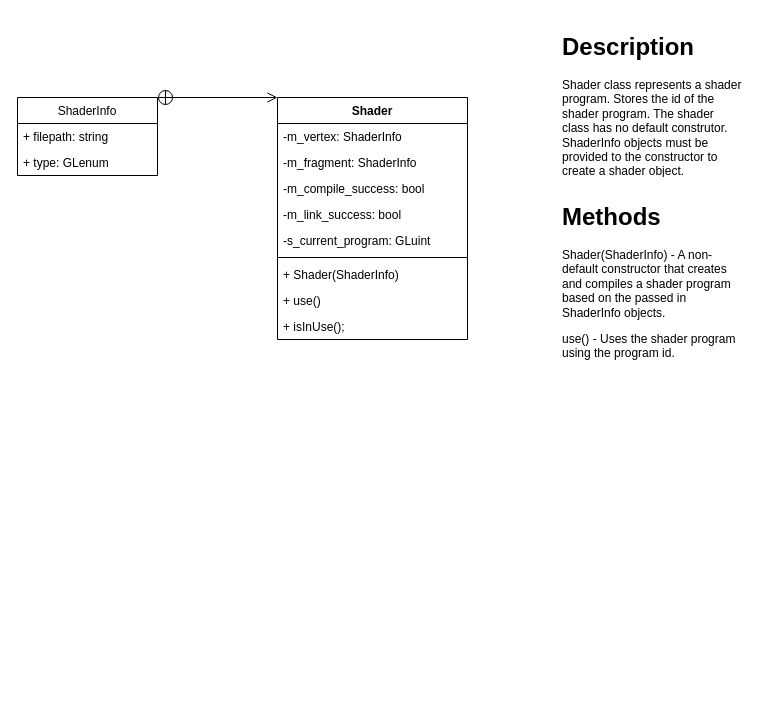
LowFire/blazer3d keeps this draw.io diagram as docs/Shader.drawio. Above is the earlier version. Source tidied: cells renumbered, new cells numbered last; positions are measured from the earlier drawing's top-left corner, leaving out a move shared by most shapes. Both pictures are drawn from the tidied source at 100%, with x=0, y=0 at pixel (17, 27).
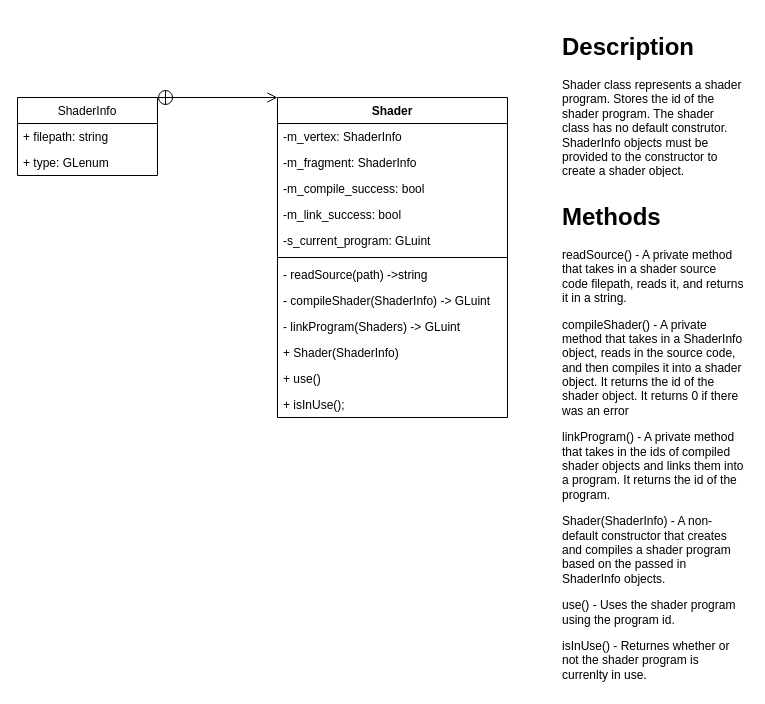
The same page after the edit.

Commit message (it also covers changes not shown here):
Implemented shader constructor.

What changed in the source:
```diff
@@
     <mxCell id="2" value="Shader" style="swimlane;fontStyle=1;align=center;verticalAlign=top;horizontal=1;startSize=26;" parent="1" vertex="1">
-      <mxGeometry x="260" y="70" width="190" height="242" as="geometry" />
+      <mxGeometry x="260" y="70" width="230" height="320" as="geometry" />
     </mxCell>
     <mxCell id="3" value="-m_vertex: ShaderInfo" style="text;strokeColor=none;fillColor=none;align=left;verticalAlign=top;spacingLeft=4;spacingRight=4;overflow=hidden;" parent="2" vertex="1">
-      <mxGeometry y="26" width="190" height="26" as="geometry" />
+      <mxGeometry y="26" width="230" height="26" as="geometry" />
     </mxCell>
     <mxCell id="4" value="-m_fragment: ShaderInfo" style="text;strokeColor=none;fillColor=none;align=left;verticalAlign=top;spacingLeft=4;spacingRight=4;overflow=hidden;" parent="2" vertex="1">
-      <mxGeometry y="52" width="190" height="26" as="geometry" />
+      <mxGeometry y="52" width="230" height="26" as="geometry" />
     </mxCell>
     <mxCell id="5" value="-m_compile_success: bool" style="text;strokeColor=none;fillColor=none;align=left;verticalAlign=top;spacingLeft=4;spacingRight=4;overflow=hidden;" parent="2" vertex="1">
-      <mxGeometry y="78" width="190" height="26" as="geometry" />
+      <mxGeometry y="78" width="230" height="26" as="geometry" />
     </mxCell>
     <mxCell id="6" value="-m_link_success: bool" style="text;strokeColor=none;fillColor=none;align=left;verticalAlign=top;spacingLeft=4;spacingRight=4;overflow=hidden;" parent="2" vertex="1">
-      <mxGeometry y="104" width="190" height="26" as="geometry" />
+      <mxGeometry y="104" width="230" height="26" as="geometry" />
     </mxCell>
     <mxCell id="7" value="-s_current_program: GLuint" style="text;strokeColor=none;fillColor=none;align=left;verticalAlign=top;spacingLeft=4;spacingRight=4;overflow=hidden;" parent="2" vertex="1">
-      <mxGeometry y="130" width="190" height="26" as="geometry" />
+      <mxGeometry y="130" width="230" height="26" as="geometry" />
     </mxCell>
     <mxCell id="8" style="line;strokeWidth=1;fillColor=none;align=left;verticalAlign=middle;spacingTop=-1;spacingLeft=3;spacingRight=3;labelPosition=right;" parent="2" vertex="1">
-      <mxGeometry y="156" width="190" height="8" as="geometry" />
+      <mxGeometry y="156" width="230" height="8" as="geometry" />
     </mxCell>
+    <mxCell id="18" value="- readSource(path) -&gt;string" style="text;strokeColor=none;fillColor=none;align=left;verticalAlign=top;spacingLeft=4;spacingRight=4;overflow=hidden;" parent="2" vertex="1">
+      <mxGeometry y="164" width="230" height="26" as="geometry" />
+    </mxCell>
+    <mxCell id="19" value="- compileShader(ShaderInfo) -&gt; GLuint" style="text;strokeColor=none;fillColor=none;align=left;verticalAlign=top;spacingLeft=4;spacingRight=4;overflow=hidden;" parent="2" vertex="1">
+      <mxGeometry y="190" width="230" height="26" as="geometry" />
+    </mxCell>
+    <mxCell id="20" value="- linkProgram(Shaders) -&gt; GLuint" style="text;strokeColor=none;fillColor=none;align=left;verticalAlign=top;spacingLeft=4;spacingRight=4;overflow=hidden;" parent="2" vertex="1">
+      <mxGeometry y="216" width="230" height="26" as="geometry" />
+    </mxCell>
     <mxCell id="9" value="+ Shader(ShaderInfo)" style="text;strokeColor=none;fillColor=none;align=left;verticalAlign=top;spacingLeft=4;spacingRight=4;overflow=hidden;" parent="2" vertex="1">
-      <mxGeometry y="164" width="190" height="26" as="geometry" />
+      <mxGeometry y="242" width="230" height="26" as="geometry" />
     </mxCell>
     <mxCell id="10" value="+ use()" style="text;strokeColor=none;fillColor=none;align=left;verticalAlign=top;spacingLeft=4;spacingRight=4;overflow=hidden;" parent="2" vertex="1">
-      <mxGeometry y="190" width="190" height="26" as="geometry" />
+      <mxGeometry y="268" width="230" height="26" as="geometry" />
     </mxCell>
     <mxCell id="11" value="+ isInUse();" style="text;strokeColor=none;fillColor=none;align=left;verticalAlign=top;spacingLeft=4;spacingRight=4;overflow=hidden;" parent="2" vertex="1">
-      <mxGeometry y="216" width="190" height="26" as="geometry" />
+      <mxGeometry y="294" width="230" height="26" as="geometry" />
     </mxCell>
@@
-    <mxCell id="17" value="&lt;h1&gt;Methods&lt;/h1&gt;&lt;p&gt;&lt;span&gt;Shader(ShaderInfo) - A non-default constructor that creates and compiles a shader program based on the passed in ShaderInfo objects.&lt;/span&gt;&lt;br&gt;&lt;/p&gt;&lt;p&gt;&lt;span&gt;use() - Uses the shader program using the program id.&lt;/span&gt;&lt;/p&gt;" style="text;html=1;strokeColor=none;fillColor=none;spacing=5;spacingTop=-20;whiteSpace=wrap;overflow=hidden;rounded=0;" parent="1" vertex="1">
-      <mxGeometry x="540" y="170" width="190" height="290" as="geometry" />
+    <mxCell id="17" value="&lt;h1&gt;Methods&lt;/h1&gt;&lt;p&gt;&lt;span&gt;readSource() - A private method that takes in a shader source code filepath, reads it, and returns it in a string.&lt;/span&gt;&lt;/p&gt;&lt;p&gt;&lt;span&gt;compileShader() - A private method that takes in a ShaderInfo object, reads in the source code, and then compiles it into a shader object. It returns the id of the shader object. It returns 0 if there was an error&lt;/span&gt;&lt;/p&gt;&lt;p&gt;&lt;span&gt;linkProgram() - A private method that takes in the ids of compiled shader objects and links them into a program. It returns the id of the program.&lt;/span&gt;&lt;/p&gt;&lt;p&gt;&lt;span&gt;Shader(ShaderInfo) - A non-default constructor that creates and compiles a shader program based on the passed in ShaderInfo objects.&lt;/span&gt;&lt;/p&gt;&lt;p&gt;&lt;span&gt;use() - Uses the shader program using the program id.&lt;/span&gt;&lt;/p&gt;&lt;p&gt;&lt;span&gt;isInUse() - Returnes whether or not the shader program is currenlty in use.&lt;/span&gt;&lt;/p&gt;" style="text;html=1;strokeColor=none;fillColor=none;spacing=5;spacingTop=-20;whiteSpace=wrap;overflow=hidden;rounded=0;" parent="1" vertex="1">
+      <mxGeometry x="540" y="170" width="190" height="490" as="geometry" />
     </mxCell>
```
